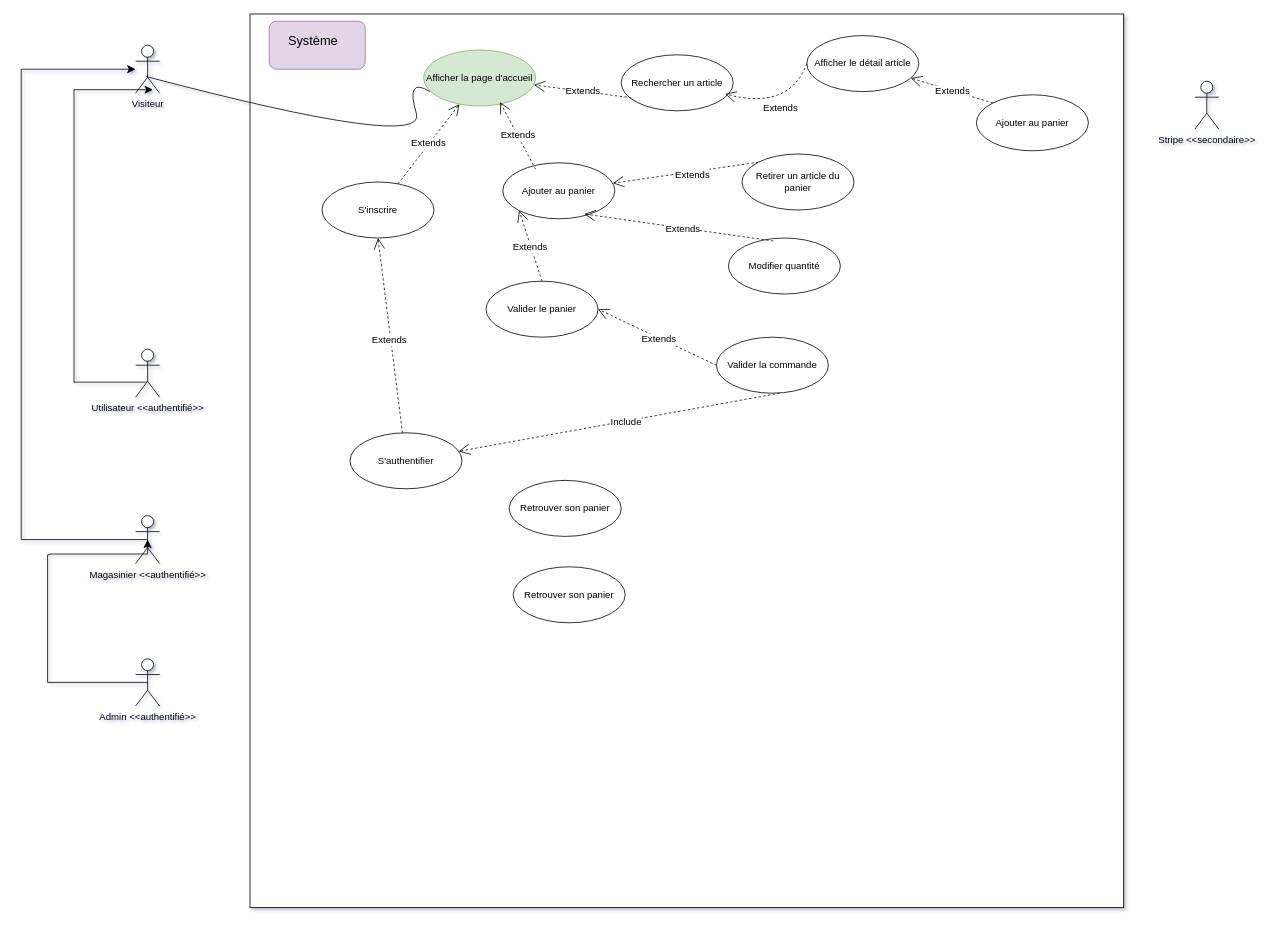
This is Diagramme sans nom.drawio from Steony/BeautyBookerApp, a draw.io file, before an edit. Source tidied: cells renumbered, new cells numbered last; positions are measured from the earlier drawing's top-left corner, leaving out a move shared by most shapes. Both pictures are drawn from the tidied source at 80%, with x=0, y=0 at pixel (21, 14).
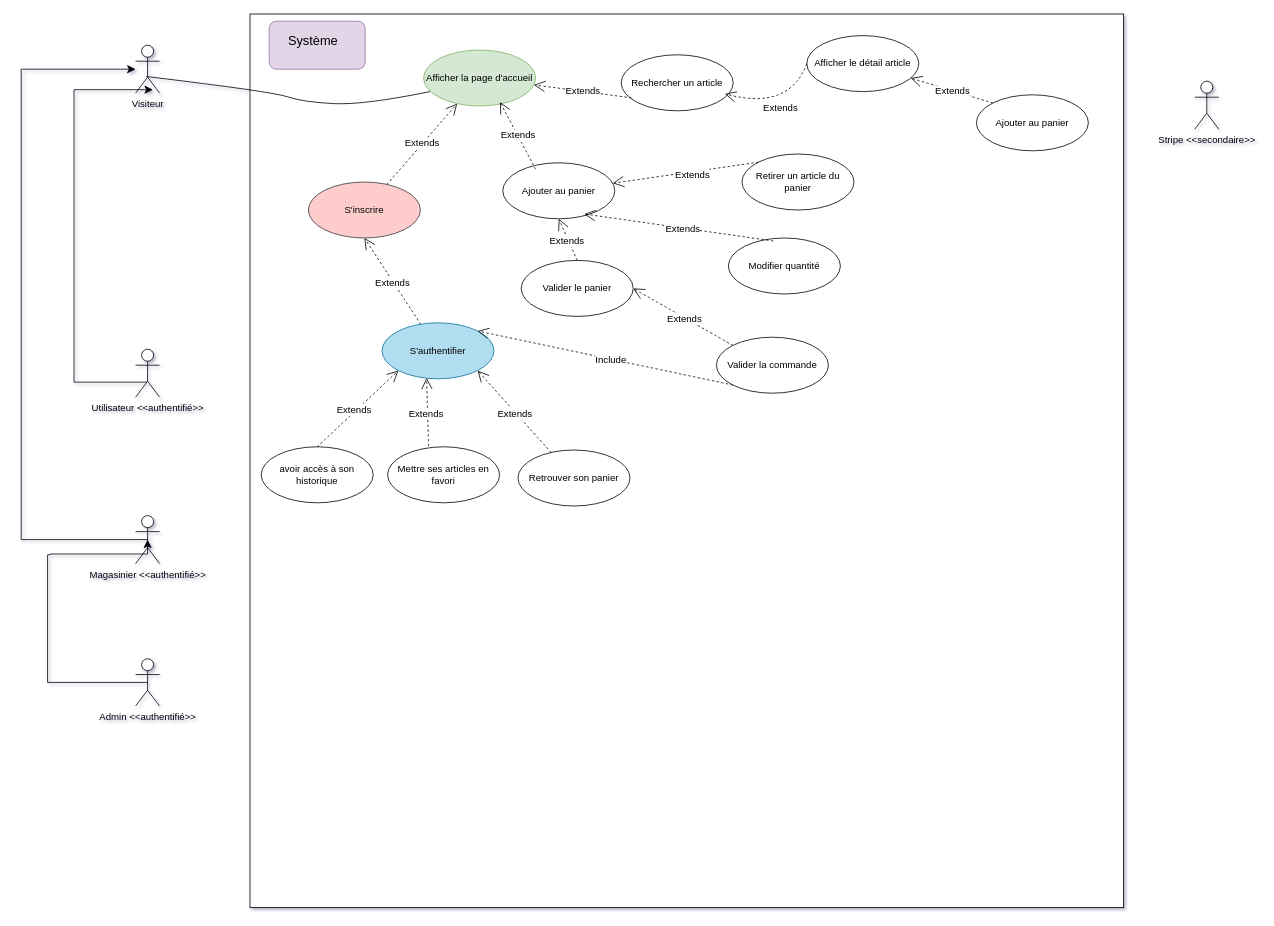
Above is the later version.

Unchanged cells that the change refers to:
```xml
<mxCell id="2" value="Visiteur" style="shape=umlActor;verticalLabelPosition=bottom;verticalAlign=top;html=1;" parent="1" vertex="1">
  <mxGeometry x="143" y="39" width="30" height="60" as="geometry" />
</mxCell>
<mxCell id="21" value="Ajouter au panier" style="ellipse;whiteSpace=wrap;html=1;" parent="1" vertex="1">
  <mxGeometry x="602" y="186" width="140" height="70" as="geometry" />
</mxCell>
<mxCell id="29" value="Valider la commande" style="ellipse;whiteSpace=wrap;html=1;" parent="1" vertex="1">
  <mxGeometry x="869" y="404" width="140" height="70" as="geometry" />
</mxCell>
```

Diff of the diagram source:
```diff
@@
     <mxCell id="10" style="endArrow=none;html=1;rounded=0;fontSize=12;startSize=8;endSize=8;curved=1;exitX=0.447;exitY=0.653;exitDx=0;exitDy=0;exitPerimeter=0;" parent="1" edge="1" source="2">
       <mxGeometry relative="1" as="geometry">
         <mxPoint x="511" y="97" as="targetPoint" />
         <Array as="points">
-          <mxPoint x="508" y="171" />
-          <mxPoint x="480" y="78" />
+          <mxPoint x="314" y="97" />
+          <mxPoint x="352" y="110" />
+          <mxPoint x="428" y="114" />
         </Array>
       </mxGeometry>
     </mxCell>
@@
     <mxCell id="27" value="Valider le panier" style="ellipse;whiteSpace=wrap;html=1;" parent="1" vertex="1">
-      <mxGeometry x="581" y="334" width="140" height="70" as="geometry" />
+      <mxGeometry x="625" y="308" width="140" height="70" as="geometry" />
     </mxCell>
-    <mxCell id="28" value="Extends" style="endArrow=open;endSize=12;dashed=1;html=1;rounded=0;fontSize=12;curved=1;exitX=0.5;exitY=0;exitDx=0;exitDy=0;entryX=0;entryY=1;entryDx=0;entryDy=0;" parent="1" edge="1" source="27" target="21">
+    <mxCell id="28" value="Extends" style="endArrow=open;endSize=12;dashed=1;html=1;rounded=0;fontSize=12;curved=1;exitX=0.5;exitY=0;exitDx=0;exitDy=0;entryX=0.5;entryY=1;entryDx=0;entryDy=0;" parent="1" edge="1" source="27" target="21">
       <mxGeometry x="-0.05" y="1" relative="1" as="geometry">
         <mxPoint x="-1" as="offset" />
       </mxGeometry>
     </mxCell>
@@
-    <mxCell id="30" value="S'authentifier" style="ellipse;whiteSpace=wrap;html=1;" parent="1" vertex="1">
-      <mxGeometry x="411" y="523.5" width="140" height="70" as="geometry" />
+    <mxCell id="30" value="S'authentifier" style="ellipse;whiteSpace=wrap;html=1;fillColor=#b1ddf0;strokeColor=#10739e;" parent="1" vertex="1">
+      <mxGeometry x="451" y="386" width="140" height="70" as="geometry" />
     </mxCell>
-    <mxCell id="31" value="Extends" style="endArrow=open;endSize=12;dashed=1;html=1;rounded=0;fontSize=12;curved=1;exitX=0;exitY=0.5;exitDx=0;exitDy=0;entryX=1;entryY=0.5;entryDx=0;entryDy=0;" parent="1" edge="1" source="29" target="27">
+    <mxCell id="31" value="Extends" style="endArrow=open;endSize=12;dashed=1;html=1;rounded=0;fontSize=12;curved=1;exitX=0;exitY=0;exitDx=0;exitDy=0;entryX=1;entryY=0.5;entryDx=0;entryDy=0;" parent="1" edge="1" source="29" target="27">
       <mxGeometry x="-0.05" y="1" relative="1" as="geometry">
         <mxPoint x="-1" as="offset" />
       </mxGeometry>
     </mxCell>
-    <mxCell id="32" value="Include" style="endArrow=open;endSize=12;dashed=1;html=1;rounded=0;fontSize=12;curved=1;exitX=0.564;exitY=1;exitDx=0;exitDy=0;exitPerimeter=0;" parent="1" edge="1" source="29" target="30">
+    <mxCell id="32" value="Include" style="endArrow=open;endSize=12;dashed=1;html=1;rounded=0;fontSize=12;curved=1;exitX=0;exitY=1;exitDx=0;exitDy=0;entryX=1;entryY=0;entryDx=0;entryDy=0;" parent="1" edge="1" source="29" target="30">
       <mxGeometry x="-0.05" y="1" relative="1" as="geometry">
         <mxPoint x="-1" as="offset" />
       </mxGeometry>
     </mxCell>
-    <mxCell id="33" value="S'inscrire" style="ellipse;whiteSpace=wrap;html=1;" parent="1" vertex="1">
-      <mxGeometry x="376" y="210" width="140" height="70" as="geometry" />
+    <mxCell id="33" value="S'inscrire" style="ellipse;whiteSpace=wrap;html=1;fillColor=#ffcccc;strokeColor=#36393d;" parent="1" vertex="1">
+      <mxGeometry x="359" y="210" width="140" height="70" as="geometry" />
     </mxCell>
@@
     <mxCell id="36" value="Retrouver son panier" style="ellipse;whiteSpace=wrap;html=1;" parent="1" vertex="1">
-      <mxGeometry x="610" y="583" width="140" height="70" as="geometry" />
+      <mxGeometry x="621" y="545" width="140" height="70" as="geometry" />
     </mxCell>
-    <mxCell id="37" value="Retrouver son panier" style="ellipse;whiteSpace=wrap;html=1;" parent="1" vertex="1">
-      <mxGeometry x="615" y="691" width="140" height="70" as="geometry" />
+    <mxCell id="37" value="Mettre ses articles en favori" style="ellipse;whiteSpace=wrap;html=1;" parent="1" vertex="1">
+      <mxGeometry x="458" y="541" width="140" height="70" as="geometry" />
     </mxCell>
+    <mxCell id="38" value="Extends" style="endArrow=open;endSize=12;dashed=1;html=1;rounded=0;fontSize=12;curved=1;entryX=1;entryY=1;entryDx=0;entryDy=0;" parent="1" edge="1" source="36" target="30">
+      <mxGeometry x="-0.05" y="1" relative="1" as="geometry">
+        <mxPoint x="-1" as="offset" />
+      </mxGeometry>
+    </mxCell>
+    <mxCell id="39" value="Extends" style="endArrow=open;endSize=12;dashed=1;html=1;rounded=0;fontSize=12;curved=1;entryX=0.398;entryY=0.984;entryDx=0;entryDy=0;entryPerimeter=0;exitX=0.366;exitY=-0.013;exitDx=0;exitDy=0;exitPerimeter=0;" parent="1" edge="1" source="37" target="30">
+      <mxGeometry x="-0.05" y="1" relative="1" as="geometry">
+        <mxPoint x="-1" as="offset" />
+      </mxGeometry>
+    </mxCell>
+    <mxCell id="40" value="avoir accès à son historique" style="ellipse;whiteSpace=wrap;html=1;" parent="1" vertex="1">
+      <mxGeometry x="300" y="541" width="140" height="70" as="geometry" />
+    </mxCell>
+    <mxCell id="41" value="Extends" style="endArrow=open;endSize=12;dashed=1;html=1;rounded=0;fontSize=12;curved=1;entryX=0;entryY=1;entryDx=0;entryDy=0;exitX=0.5;exitY=0;exitDx=0;exitDy=0;" parent="1" edge="1" source="40" target="30">
+      <mxGeometry x="-0.05" y="1" relative="1" as="geometry">
+        <mxPoint x="-1" as="offset" />
+      </mxGeometry>
+    </mxCell>
```
